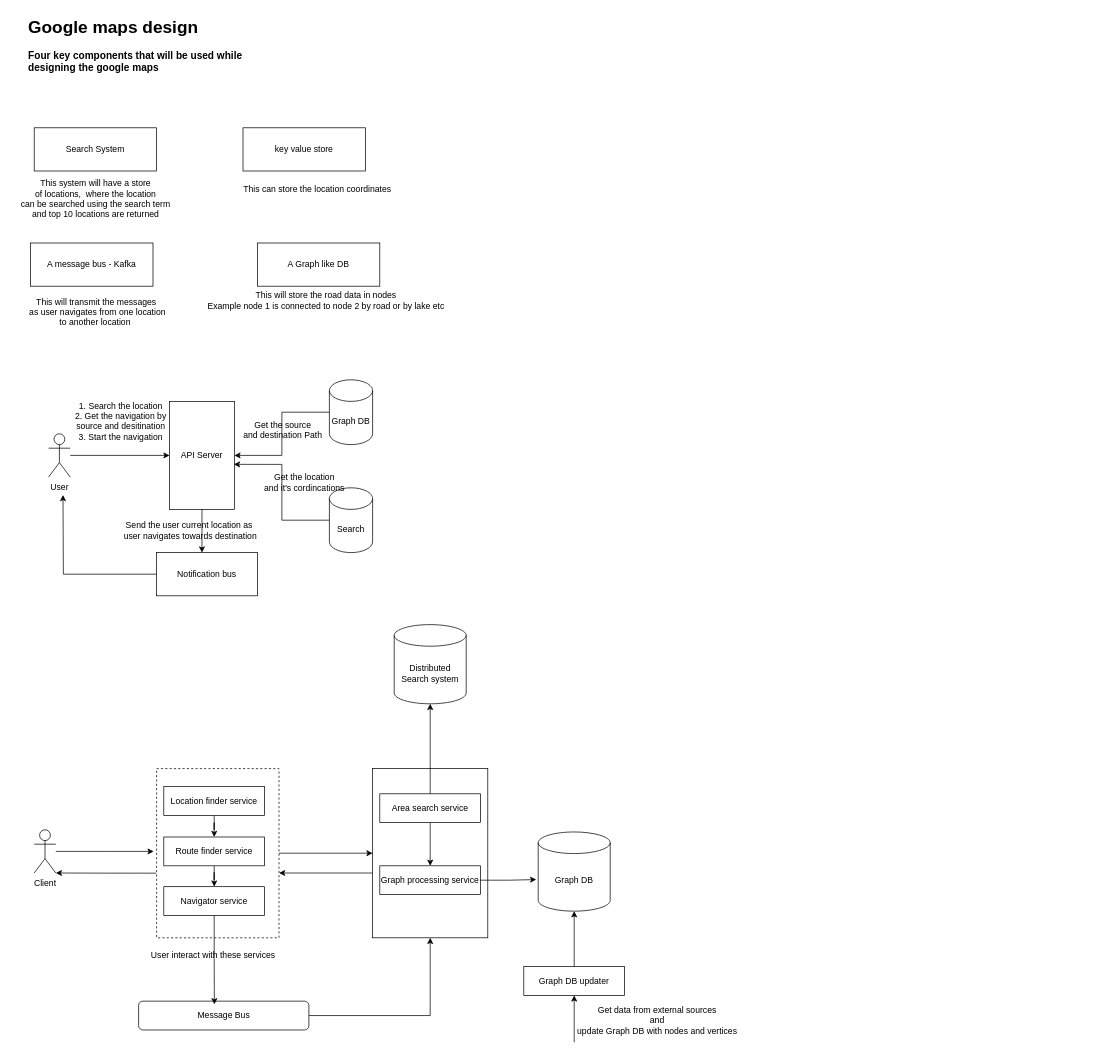
Before: GoogleMaps HLD.drawio in anshul1790/system-design-playground, a draw.io diagram. Source tidied: cells renumbered, new cells numbered last; positions are measured from the earlier drawing's top-left corner, leaving out a move shared by most shapes. Both pictures are drawn from the tidied source at 72%, with x=0, y=0 at pixel (12, 12).
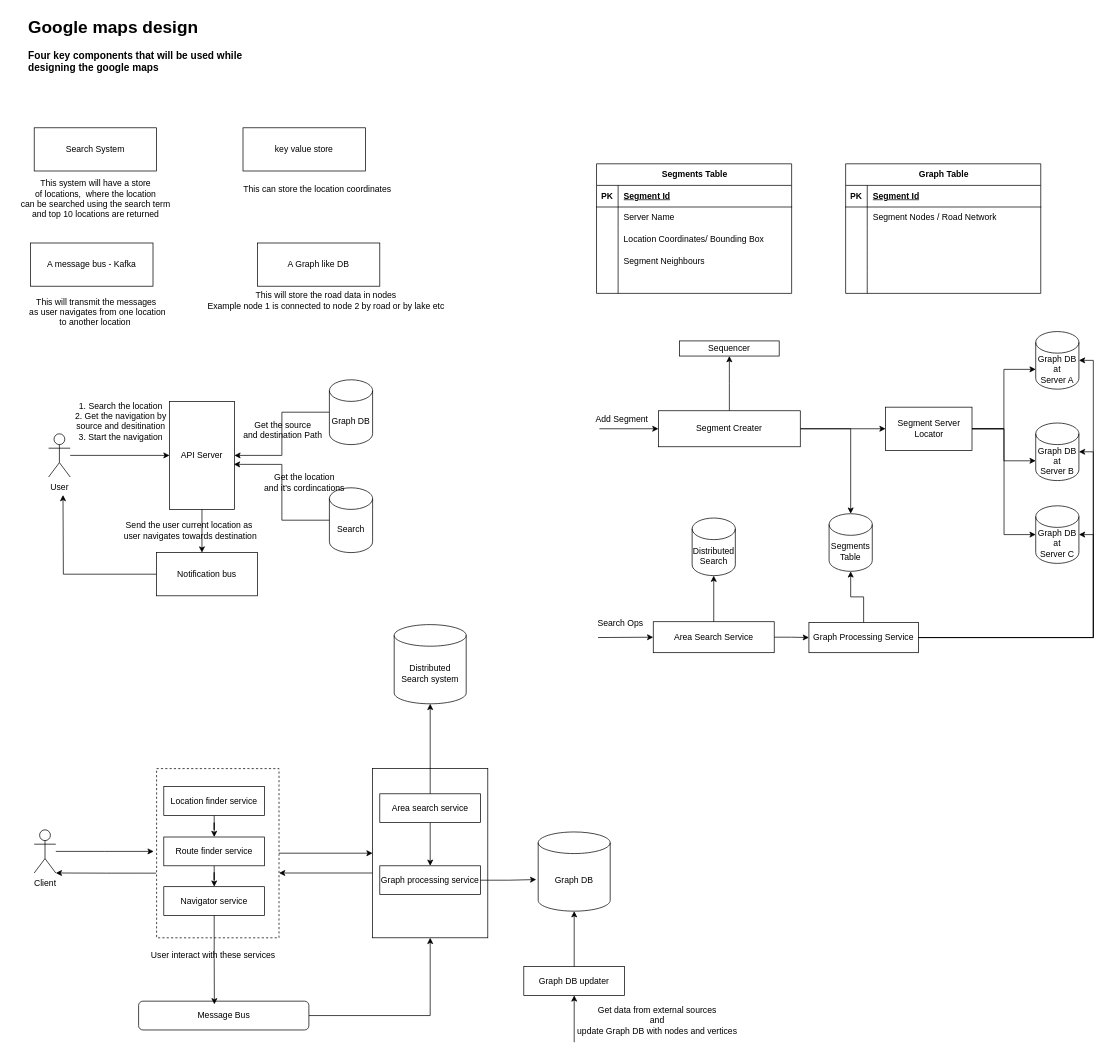
After the change.

Change to the diagram source:
```diff
@@
+    <mxCell id="52" value="Segments Table" style="shape=table;startSize=30;childLayout=tableLayout;rowLines=0;fontStyle=1;align=center;html=1;" parent="1" vertex="1">
+      <mxGeometry x="811" y="210" width="271" height="180" as="geometry" />
+    </mxCell>
+    <mxCell id="53" style="shape=tableRow;horizontal=0;startSize=0;swimlaneHead=0;swimlaneBody=0;fillColor=none;top=0;left=0;right=0;bottom=1;" parent="52" vertex="1">
+      <mxGeometry y="30" width="271" height="30" as="geometry" />
+    </mxCell>
+    <mxCell id="54" value="PK" style="shape=partialRectangle;fillColor=none;top=0;left=0;bottom=0;right=0;fontStyle=1;overflow=hidden;whiteSpace=wrap;html=1;" parent="53" vertex="1">
+      <mxGeometry width="30" height="30" as="geometry" />
+    </mxCell>
+    <mxCell id="55" value="Segment Id" style="shape=partialRectangle;fillColor=none;top=0;left=0;bottom=0;right=0;align=left;spacingLeft=6;fontStyle=5;overflow=hidden;whiteSpace=wrap;html=1;" parent="53" vertex="1">
+      <mxGeometry x="30" width="241" height="30" as="geometry" />
+    </mxCell>
+    <mxCell id="56" style="shape=tableRow;horizontal=0;startSize=0;swimlaneHead=0;swimlaneBody=0;fillColor=none;top=0;left=0;right=0;bottom=0;" parent="52" vertex="1">
+      <mxGeometry y="60" width="271" height="30" as="geometry" />
+    </mxCell>
+    <mxCell id="57" style="shape=partialRectangle;fillColor=none;top=0;left=0;bottom=0;right=0;overflow=hidden;whiteSpace=wrap;html=1;" parent="56" vertex="1">
+      <mxGeometry width="30" height="30" as="geometry" />
+    </mxCell>
+    <mxCell id="58" value="Server Name" style="shape=partialRectangle;fillColor=none;top=0;left=0;bottom=0;right=0;align=left;spacingLeft=6;overflow=hidden;whiteSpace=wrap;html=1;" parent="56" vertex="1">
+      <mxGeometry x="30" width="241" height="30" as="geometry" />
+    </mxCell>
+    <mxCell id="59" style="shape=tableRow;horizontal=0;startSize=0;swimlaneHead=0;swimlaneBody=0;fillColor=none;top=0;left=0;right=0;bottom=0;" parent="52" vertex="1">
+      <mxGeometry y="90" width="271" height="30" as="geometry" />
+    </mxCell>
+    <mxCell id="60" style="shape=partialRectangle;fillColor=none;top=0;left=0;bottom=0;right=0;overflow=hidden;whiteSpace=wrap;html=1;" parent="59" vertex="1">
+      <mxGeometry width="30" height="30" as="geometry" />
+    </mxCell>
+    <mxCell id="61" value="Location Coordinates/ Bounding Box" style="shape=partialRectangle;fillColor=none;top=0;left=0;bottom=0;right=0;align=left;spacingLeft=6;overflow=hidden;whiteSpace=wrap;html=1;" parent="59" vertex="1">
+      <mxGeometry x="30" width="241" height="30" as="geometry" />
+    </mxCell>
+    <mxCell id="62" style="shape=tableRow;horizontal=0;startSize=0;swimlaneHead=0;swimlaneBody=0;fillColor=none;top=0;left=0;right=0;bottom=0;" parent="52" vertex="1">
+      <mxGeometry y="120" width="271" height="30" as="geometry" />
+    </mxCell>
+    <mxCell id="63" style="shape=partialRectangle;fillColor=none;top=0;left=0;bottom=0;right=0;overflow=hidden;whiteSpace=wrap;html=1;" parent="62" vertex="1">
+      <mxGeometry width="30" height="30" as="geometry" />
+    </mxCell>
+    <mxCell id="64" value="Segment Neighbours" style="shape=partialRectangle;fillColor=none;top=0;left=0;bottom=0;right=0;align=left;spacingLeft=6;overflow=hidden;whiteSpace=wrap;html=1;" parent="62" vertex="1">
+      <mxGeometry x="30" width="241" height="30" as="geometry" />
+    </mxCell>
+    <mxCell id="65" style="shape=tableRow;horizontal=0;startSize=0;swimlaneHead=0;swimlaneBody=0;fillColor=none;top=0;left=0;right=0;bottom=0;" parent="52" vertex="1">
+      <mxGeometry y="150" width="271" height="30" as="geometry" />
+    </mxCell>
+    <mxCell id="66" style="shape=partialRectangle;fillColor=none;top=0;left=0;bottom=0;right=0;overflow=hidden;whiteSpace=wrap;html=1;" parent="65" vertex="1">
+      <mxGeometry width="30" height="30" as="geometry" />
+    </mxCell>
+    <mxCell id="67" style="shape=partialRectangle;fillColor=none;top=0;left=0;bottom=0;right=0;align=left;spacingLeft=6;overflow=hidden;whiteSpace=wrap;html=1;" parent="65" vertex="1">
+      <mxGeometry x="30" width="241" height="30" as="geometry" />
+    </mxCell>
+    <mxCell id="68" value="Graph Table" style="shape=table;startSize=30;childLayout=tableLayout;rowLines=0;fontStyle=1;align=center;html=1;" parent="1" vertex="1">
+      <mxGeometry x="1157" y="210" width="271" height="180" as="geometry" />
+    </mxCell>
+    <mxCell id="69" style="shape=tableRow;horizontal=0;startSize=0;swimlaneHead=0;swimlaneBody=0;fillColor=none;top=0;left=0;right=0;bottom=1;" parent="68" vertex="1">
+      <mxGeometry y="30" width="271" height="30" as="geometry" />
+    </mxCell>
+    <mxCell id="70" value="PK" style="shape=partialRectangle;fillColor=none;top=0;left=0;bottom=0;right=0;fontStyle=1;overflow=hidden;whiteSpace=wrap;html=1;" parent="69" vertex="1">
+      <mxGeometry width="30" height="30" as="geometry" />
+    </mxCell>
+    <mxCell id="71" value="Segment Id" style="shape=partialRectangle;fillColor=none;top=0;left=0;bottom=0;right=0;align=left;spacingLeft=6;fontStyle=5;overflow=hidden;whiteSpace=wrap;html=1;" parent="69" vertex="1">
+      <mxGeometry x="30" width="241" height="30" as="geometry" />
+    </mxCell>
+    <mxCell id="72" style="shape=tableRow;horizontal=0;startSize=0;swimlaneHead=0;swimlaneBody=0;fillColor=none;top=0;left=0;right=0;bottom=0;" parent="68" vertex="1">
+      <mxGeometry y="60" width="271" height="30" as="geometry" />
+    </mxCell>
+    <mxCell id="73" style="shape=partialRectangle;fillColor=none;top=0;left=0;bottom=0;right=0;overflow=hidden;whiteSpace=wrap;html=1;" parent="72" vertex="1">
+      <mxGeometry width="30" height="30" as="geometry" />
+    </mxCell>
+    <mxCell id="74" value="Segment Nodes / Road Network" style="shape=partialRectangle;fillColor=none;top=0;left=0;bottom=0;right=0;align=left;spacingLeft=6;overflow=hidden;whiteSpace=wrap;html=1;" parent="72" vertex="1">
+      <mxGeometry x="30" width="241" height="30" as="geometry" />
+    </mxCell>
+    <mxCell id="75" style="shape=tableRow;horizontal=0;startSize=0;swimlaneHead=0;swimlaneBody=0;fillColor=none;top=0;left=0;right=0;bottom=0;" parent="68" vertex="1">
+      <mxGeometry y="90" width="271" height="30" as="geometry" />
+    </mxCell>
+    <mxCell id="76" style="shape=partialRectangle;fillColor=none;top=0;left=0;bottom=0;right=0;overflow=hidden;whiteSpace=wrap;html=1;" parent="75" vertex="1">
+      <mxGeometry width="30" height="30" as="geometry" />
+    </mxCell>
+    <mxCell id="77" style="shape=partialRectangle;fillColor=none;top=0;left=0;bottom=0;right=0;align=left;spacingLeft=6;overflow=hidden;whiteSpace=wrap;html=1;" parent="75" vertex="1">
+      <mxGeometry x="30" width="241" height="30" as="geometry" />
+    </mxCell>
+    <mxCell id="78" style="shape=tableRow;horizontal=0;startSize=0;swimlaneHead=0;swimlaneBody=0;fillColor=none;top=0;left=0;right=0;bottom=0;" parent="68" vertex="1">
+      <mxGeometry y="120" width="271" height="30" as="geometry" />
+    </mxCell>
+    <mxCell id="79" style="shape=partialRectangle;fillColor=none;top=0;left=0;bottom=0;right=0;overflow=hidden;whiteSpace=wrap;html=1;" parent="78" vertex="1">
+      <mxGeometry width="30" height="30" as="geometry" />
+    </mxCell>
+    <mxCell id="80" style="shape=partialRectangle;fillColor=none;top=0;left=0;bottom=0;right=0;align=left;spacingLeft=6;overflow=hidden;whiteSpace=wrap;html=1;" parent="78" vertex="1">
+      <mxGeometry x="30" width="241" height="30" as="geometry" />
+    </mxCell>
+    <mxCell id="81" style="shape=tableRow;horizontal=0;startSize=0;swimlaneHead=0;swimlaneBody=0;fillColor=none;top=0;left=0;right=0;bottom=0;" parent="68" vertex="1">
+      <mxGeometry y="150" width="271" height="30" as="geometry" />
+    </mxCell>
+    <mxCell id="82" style="shape=partialRectangle;fillColor=none;top=0;left=0;bottom=0;right=0;overflow=hidden;whiteSpace=wrap;html=1;" parent="81" vertex="1">
+      <mxGeometry width="30" height="30" as="geometry" />
+    </mxCell>
+    <mxCell id="83" style="shape=partialRectangle;fillColor=none;top=0;left=0;bottom=0;right=0;align=left;spacingLeft=6;overflow=hidden;whiteSpace=wrap;html=1;" parent="81" vertex="1">
+      <mxGeometry x="30" width="241" height="30" as="geometry" />
+    </mxCell>
+    <mxCell id="84" style="edgeStyle=orthogonalEdgeStyle;rounded=0;jettySize=auto;html=1;" parent="1" edge="1" source="87" target="89">
+      <mxGeometry relative="1" as="geometry" />
+    </mxCell>
+    <mxCell id="85" style="edgeStyle=orthogonalEdgeStyle;rounded=0;jettySize=auto;html=1;" parent="1" edge="1" source="87" target="90">
+      <mxGeometry relative="1" as="geometry" />
+    </mxCell>
+    <mxCell id="86" style="edgeStyle=orthogonalEdgeStyle;rounded=0;jettySize=auto;html=1;" parent="1" edge="1" source="87" target="91">
+      <mxGeometry relative="1" as="geometry" />
+    </mxCell>
+    <mxCell id="87" value="Segment Creater" style="rounded=0;whiteSpace=wrap;html=1;" parent="1" vertex="1">
+      <mxGeometry x="897" y="553" width="197" height="50" as="geometry" />
+    </mxCell>
+    <mxCell id="88" style="endArrow=classic;html=1;rounded=0;entryX=0;entryY=0.5;entryDx=0;entryDy=0;" parent="1" edge="1" target="87">
+      <mxGeometry relative="1" as="geometry">
+        <mxPoint x="815" y="578" as="sourcePoint" />
+      </mxGeometry>
+    </mxCell>
+    <mxCell id="89" value="Sequencer" style="whiteSpace=wrap;html=1;rounded=0;" parent="1" vertex="1">
+      <mxGeometry x="926.2" y="456" width="138.5" height="21" as="geometry" />
+    </mxCell>
+    <mxCell id="90" value="Segments Table" style="shape=cylinder3;whiteSpace=wrap;html=1;boundedLbl=1;backgroundOutline=1;size=15;" parent="1" vertex="1">
+      <mxGeometry x="1134" y="696" width="60" height="80" as="geometry" />
+    </mxCell>
+    <mxCell id="91" value="Segment Server Locator" style="whiteSpace=wrap;html=1;rounded=0;" parent="1" vertex="1">
+      <mxGeometry x="1212.5" y="548" width="120" height="60" as="geometry" />
+    </mxCell>
+    <mxCell id="92" value="Graph DB at&lt;div&gt;Server A&lt;/div&gt;" style="shape=cylinder3;whiteSpace=wrap;html=1;boundedLbl=1;backgroundOutline=1;size=15;" parent="1" vertex="1">
+      <mxGeometry x="1421" y="443" width="60" height="80" as="geometry" />
+    </mxCell>
+    <mxCell id="93" value="Graph DB at&lt;div&gt;Server B&lt;/div&gt;" style="shape=cylinder3;whiteSpace=wrap;html=1;boundedLbl=1;backgroundOutline=1;size=15;" parent="1" vertex="1">
+      <mxGeometry x="1421" y="570" width="60" height="80" as="geometry" />
+    </mxCell>
+    <mxCell id="94" value="Graph DB at&lt;div&gt;Server C&lt;/div&gt;" style="shape=cylinder3;whiteSpace=wrap;html=1;boundedLbl=1;backgroundOutline=1;size=15;" parent="1" vertex="1">
+      <mxGeometry x="1421" y="685" width="60" height="80" as="geometry" />
+    </mxCell>
+    <mxCell id="95" style="edgeStyle=orthogonalEdgeStyle;rounded=0;jettySize=auto;html=1;entryX=0;entryY=0;entryDx=0;entryDy=52.5;entryPerimeter=0;" parent="1" edge="1" source="91" target="92">
+      <mxGeometry relative="1" as="geometry" />
+    </mxCell>
+    <mxCell id="96" style="edgeStyle=orthogonalEdgeStyle;rounded=0;jettySize=auto;html=1;entryX=0;entryY=0;entryDx=0;entryDy=52.5;entryPerimeter=0;" parent="1" edge="1" source="91" target="93">
+      <mxGeometry relative="1" as="geometry" />
+    </mxCell>
+    <mxCell id="97" style="edgeStyle=orthogonalEdgeStyle;rounded=0;jettySize=auto;html=1;entryX=0;entryY=0.5;entryDx=0;entryDy=0;entryPerimeter=0;" parent="1" edge="1" source="91" target="94">
+      <mxGeometry relative="1" as="geometry">
+        <Array as="points">
+          <mxPoint x="1377" y="578" />
+          <mxPoint x="1377" y="725" />
+        </Array>
+      </mxGeometry>
+    </mxCell>
+    <mxCell id="98" style="edgeStyle=orthogonalEdgeStyle;rounded=0;jettySize=auto;html=1;entryX=0;entryY=0.5;entryDx=0;entryDy=0;" parent="1" edge="1" source="99" target="101">
+      <mxGeometry relative="1" as="geometry" />
+    </mxCell>
+    <mxCell id="99" value="Area Search Service" style="rounded=0;whiteSpace=wrap;html=1;" parent="1" vertex="1">
+      <mxGeometry x="889.8" y="846" width="168" height="43" as="geometry" />
+    </mxCell>
+    <mxCell id="100" value="Distributed Search" style="shape=cylinder3;whiteSpace=wrap;html=1;boundedLbl=1;backgroundOutline=1;size=15;" parent="1" vertex="1">
+      <mxGeometry x="943.8" y="702" width="60" height="80" as="geometry" />
+    </mxCell>
+    <mxCell id="101" value="Graph Processing Service" style="rounded=0;whiteSpace=wrap;html=1;" parent="1" vertex="1">
+      <mxGeometry x="1106" y="847" width="152" height="42" as="geometry" />
+    </mxCell>
+    <mxCell id="102" style="edgeStyle=orthogonalEdgeStyle;rounded=0;jettySize=auto;html=1;entryX=0.5;entryY=1;entryDx=0;entryDy=0;entryPerimeter=0;" parent="1" edge="1" source="99" target="100">
+      <mxGeometry relative="1" as="geometry" />
+    </mxCell>
+    <mxCell id="103" style="edgeStyle=orthogonalEdgeStyle;rounded=0;jettySize=auto;html=1;entryX=0.5;entryY=1;entryDx=0;entryDy=0;entryPerimeter=0;" parent="1" edge="1" source="101" target="90">
+      <mxGeometry relative="1" as="geometry" />
+    </mxCell>
+    <mxCell id="104" style="edgeStyle=orthogonalEdgeStyle;rounded=0;jettySize=auto;html=1;entryX=1;entryY=0.5;entryDx=0;entryDy=0;entryPerimeter=0;" parent="1" edge="1" source="101" target="94">
+      <mxGeometry relative="1" as="geometry" />
+    </mxCell>
+    <mxCell id="105" style="edgeStyle=orthogonalEdgeStyle;rounded=0;jettySize=auto;html=1;entryX=1;entryY=0.5;entryDx=0;entryDy=0;entryPerimeter=0;" parent="1" edge="1" source="101" target="93">
+      <mxGeometry relative="1" as="geometry" />
+    </mxCell>
+    <mxCell id="106" style="edgeStyle=orthogonalEdgeStyle;rounded=0;jettySize=auto;html=1;entryX=1;entryY=0.5;entryDx=0;entryDy=0;entryPerimeter=0;" parent="1" edge="1" source="101" target="92">
+      <mxGeometry relative="1" as="geometry" />
+    </mxCell>
+    <mxCell id="107" style="endArrow=classic;html=1;rounded=0;entryX=0;entryY=0.5;entryDx=0;entryDy=0;" parent="1" edge="1" target="99">
+      <mxGeometry relative="1" as="geometry">
+        <mxPoint x="813" y="868" as="sourcePoint" />
+      </mxGeometry>
+    </mxCell>
+    <mxCell id="108" value="Search Ops" style="text;html=1;align=center;verticalAlign=middle;strokeColor=none;fillColor=none;" parent="1" vertex="1">
+      <mxGeometry x="803" y="835" width="81" height="26" as="geometry" />
+    </mxCell>
+    <mxCell id="109" value="Add Segment" style="text;html=1;align=center;verticalAlign=middle;strokeColor=none;fillColor=none;" parent="1" vertex="1">
+      <mxGeometry x="800" y="552" width="91" height="26" as="geometry" />
+    </mxCell>
```
